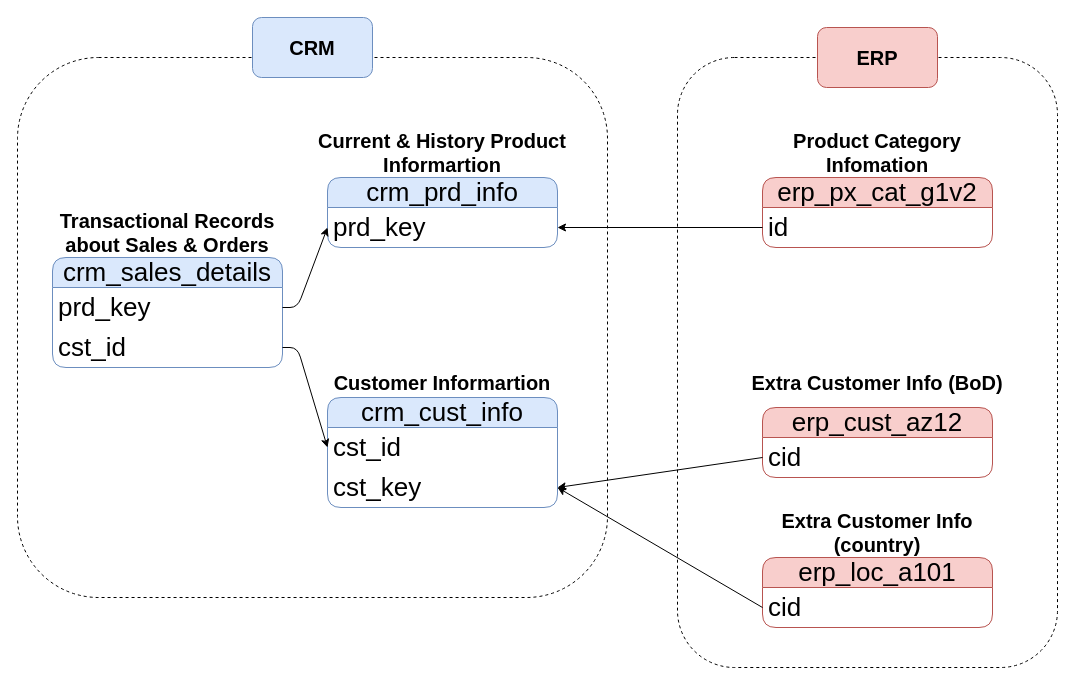
Earlier version of the draw.io diagram images/relation_tables.drawio (khanhnhan1512/SQL-Data-Warehouse-Project). Source tidied: cells renumbered, new cells numbered last; positions are measured from the earlier drawing's top-left corner, leaving out a move shared by most shapes. Both pictures are drawn from the tidied source at 100%, with x=0, y=0 at pixel (17, 17).
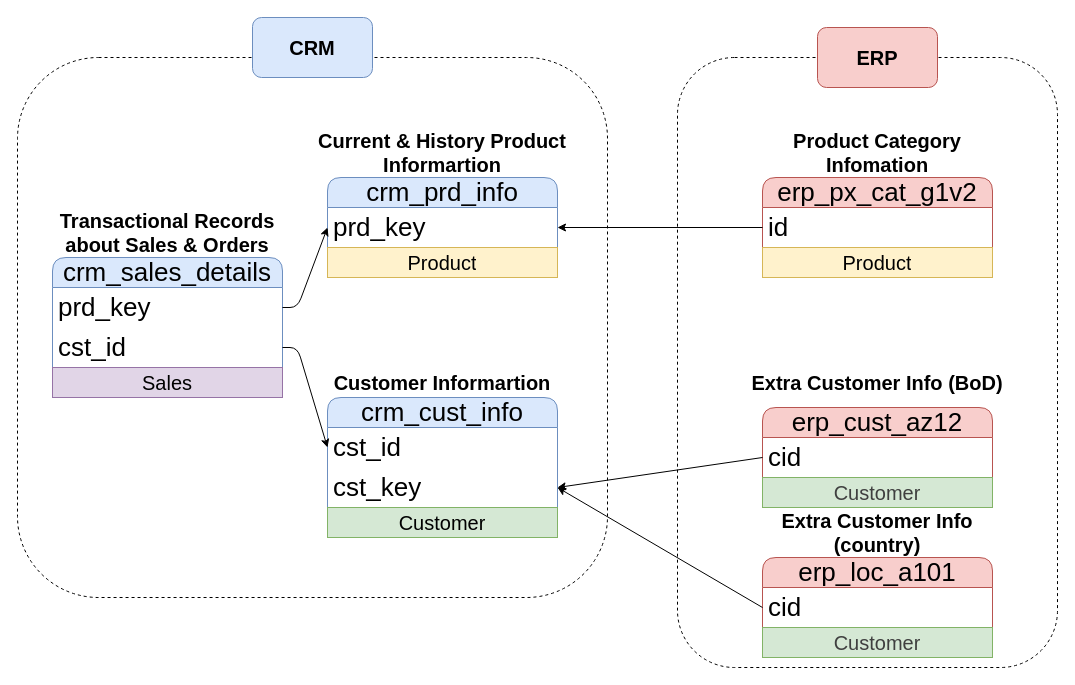
Above is the later version.

The edit, as a diff of the source:
```diff
@@
-<mxGraphModel>
+<mxGraphModel background="#ffffff">
@@
+    <mxCell id="28" style="rounded=1;whiteSpace=wrap;html=1;fillColor=none;dashed=1;" parent="1" vertex="1">
+      <mxGeometry y="40" width="590" height="540" as="geometry" />
+    </mxCell>
@@
     <mxCell id="3" value="crm_cust_info" style="swimlane;fontStyle=0;horizontal=1;startSize=30;whiteSpace=wrap;html=1;rounded=1;fillColor=#dae8fc;strokeColor=#6c8ebf;fontSize=26;" parent="1" vertex="1">
-      <mxGeometry x="310" y="380" width="230" height="110" as="geometry" />
+      <mxGeometry x="310" y="380" width="230" height="140" as="geometry" />
     </mxCell>
@@
+    <mxCell id="31" value="&lt;font style=&quot;font-size: 20px;&quot;&gt;Customer&lt;/font&gt;" style="text;html=1;strokeColor=#82b366;fillColor=#d5e8d4;align=center;verticalAlign=middle;whiteSpace=wrap;overflow=hidden;" parent="3" vertex="1">
+      <mxGeometry y="110" width="230" height="30" as="geometry" />
+    </mxCell>
@@
     <mxCell id="7" value="crm_prd_info" style="swimlane;fontStyle=0;horizontal=1;startSize=30;whiteSpace=wrap;html=1;rounded=1;fillColor=#dae8fc;strokeColor=#6c8ebf;fontSize=26;" parent="1" vertex="1">
-      <mxGeometry x="310" y="160" width="230" height="70" as="geometry" />
+      <mxGeometry x="310" y="160" width="230" height="100" as="geometry" />
     </mxCell>
@@
+    <mxCell id="32" value="&lt;font style=&quot;font-size: 20px;&quot;&gt;Product&lt;/font&gt;" style="text;html=1;strokeColor=#d6b656;fillColor=#fff2cc;align=center;verticalAlign=middle;whiteSpace=wrap;overflow=hidden;" parent="7" vertex="1">
+      <mxGeometry y="70" width="230" height="30" as="geometry" />
+    </mxCell>
@@
     <mxCell id="10" value="crm_sales_details" style="swimlane;fontStyle=0;horizontal=1;startSize=30;whiteSpace=wrap;html=1;rounded=1;fillColor=#dae8fc;strokeColor=#6c8ebf;fontSize=26;" parent="1" vertex="1">
-      <mxGeometry x="35" y="240" width="230" height="110" as="geometry" />
+      <mxGeometry x="35" y="240" width="230" height="140" as="geometry" />
     </mxCell>
@@
+    <mxCell id="33" value="&lt;font style=&quot;font-size: 20px;&quot;&gt;Sales&lt;/font&gt;" style="text;html=1;strokeColor=#9673a6;fillColor=#e1d5e7;align=center;verticalAlign=middle;whiteSpace=wrap;overflow=hidden;" parent="10" vertex="1">
+      <mxGeometry y="110" width="230" height="30" as="geometry" />
+    </mxCell>
@@
     <mxCell id="16" value="erp_cust_az12" style="swimlane;fontStyle=0;horizontal=1;startSize=30;whiteSpace=wrap;html=1;rounded=1;fillColor=#f8cecc;strokeColor=#b85450;fontSize=26;" parent="1" vertex="1">
-      <mxGeometry x="745" y="390" width="230" height="70" as="geometry" />
+      <mxGeometry x="745" y="390" width="230" height="100" as="geometry" />
     </mxCell>
@@
+    <mxCell id="34" value="&lt;span style=&quot;color: rgb(63, 63, 63); font-size: 20px;&quot;&gt;Customer&lt;/span&gt;" style="text;html=1;strokeColor=#82b366;fillColor=#d5e8d4;align=center;verticalAlign=middle;whiteSpace=wrap;overflow=hidden;" parent="16" vertex="1">
+      <mxGeometry y="70" width="230" height="30" as="geometry" />
+    </mxCell>
@@
     <mxCell id="20" value="erp_loc_a101" style="swimlane;fontStyle=0;horizontal=1;startSize=30;whiteSpace=wrap;html=1;rounded=1;fillColor=#f8cecc;strokeColor=#b85450;fontSize=26;" parent="1" vertex="1">
-      <mxGeometry x="745" y="540" width="230" height="70" as="geometry" />
+      <mxGeometry x="745" y="540" width="230" height="100" as="geometry" />
     </mxCell>
@@
+    <mxCell id="35" value="&lt;span style=&quot;color: rgb(63, 63, 63); font-size: 20px;&quot;&gt;Customer&lt;/span&gt;" style="text;html=1;strokeColor=#82b366;fillColor=#d5e8d4;align=center;verticalAlign=middle;whiteSpace=wrap;overflow=hidden;" parent="20" vertex="1">
+      <mxGeometry y="70" width="230" height="30" as="geometry" />
+    </mxCell>
@@
     <mxCell id="24" value="erp_px_cat_g1v2" style="swimlane;fontStyle=0;horizontal=1;startSize=30;whiteSpace=wrap;html=1;rounded=1;fillColor=#f8cecc;strokeColor=#b85450;fontSize=26;" parent="1" vertex="1">
-      <mxGeometry x="745" y="160" width="230" height="70" as="geometry" />
+      <mxGeometry x="745" y="160" width="230" height="100" as="geometry" />
     </mxCell>
@@
+    <mxCell id="36" value="&lt;font style=&quot;font-size: 20px;&quot;&gt;Product&lt;/font&gt;" style="text;html=1;strokeColor=#d6b656;fillColor=#fff2cc;align=center;verticalAlign=middle;whiteSpace=wrap;overflow=hidden;" parent="24" vertex="1">
+      <mxGeometry y="70" width="230" height="30" as="geometry" />
+    </mxCell>
@@
-    <mxCell id="28" style="rounded=1;whiteSpace=wrap;html=1;fillColor=none;dashed=1;" parent="1" vertex="1">
-      <mxGeometry y="40" width="590" height="540" as="geometry" />
-    </mxCell>
```
